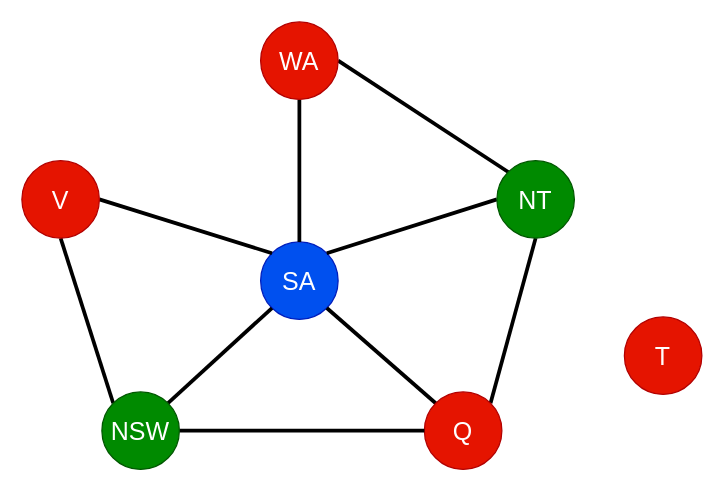
Above: page "Australia_graph" (2 of 2) of ConstraintSatisfaction/docs/Circuit_Diagram.drawio in spencerbertsch1/AI (draw.io), before the change. Source tidied: cells renumbered, new cells numbered last; positions are measured from the earlier drawing's top-left corner, leaving out a move shared by most shapes. Both pictures are drawn from the tidied source at 125%, with x=0, y=0 at pixel (21, 21).
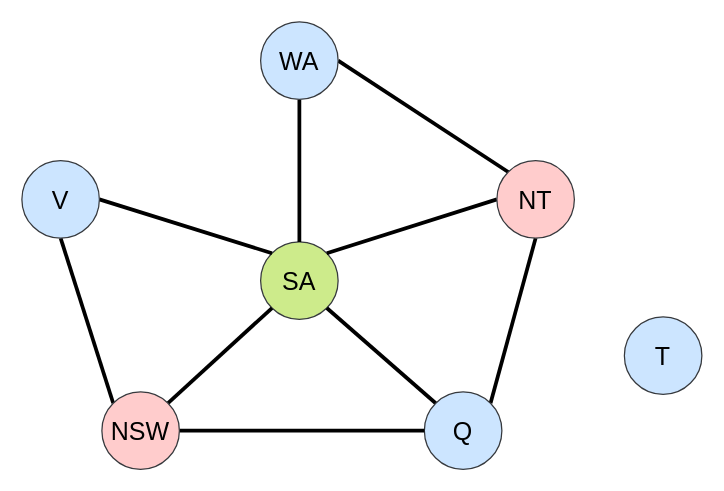
The same diagram, later.

Change to the diagram source:
```diff
@@
 <mxGraphModel>
   <root>
     <mxCell id="0" />
     <mxCell id="1" parent="0" />
-    <mxCell id="2" value="&lt;font style=&quot;font-size: 20px&quot;&gt;SA&lt;/font&gt;" style="ellipse;whiteSpace=wrap;html=1;strokeColor=#001DBC;fillColor=#0050ef;fontColor=#ffffff;" parent="1" vertex="1">
+    <mxCell id="2" value="&lt;font style=&quot;font-size: 20px&quot;&gt;SA&lt;/font&gt;" style="ellipse;whiteSpace=wrap;html=1;strokeColor=#36393d;fillColor=#cdeb8b;" parent="1" vertex="1">
       <mxGeometry x="191" y="176" width="62" height="62" as="geometry" />
     </mxCell>
     <mxCell id="3" style="edgeStyle=none;jettySize=auto;html=1;exitX=0.5;exitY=1;exitDx=0;exitDy=0;entryX=0;entryY=0;entryDx=0;entryDy=0;startArrow=none;startFill=0;endArrow=none;endFill=0;strokeWidth=3;" parent="1" edge="1" source="5" target="14">
       <mxGeometry relative="1" as="geometry" />
     </mxCell>
     <mxCell id="4" style="edgeStyle=none;jettySize=auto;html=1;exitX=1;exitY=0.5;exitDx=0;exitDy=0;entryX=0;entryY=0;entryDx=0;entryDy=0;startArrow=none;startFill=0;endArrow=none;endFill=0;strokeWidth=3;" parent="1" edge="1" source="5" target="2">
       <mxGeometry relative="1" as="geometry" />
     </mxCell>
-    <mxCell id="5" value="&lt;font style=&quot;font-size: 20px&quot;&gt;V&lt;/font&gt;" style="ellipse;whiteSpace=wrap;html=1;strokeColor=#B20000;fillColor=#e51400;fontColor=#ffffff;" parent="1" vertex="1">
+    <mxCell id="5" value="&lt;font style=&quot;font-size: 20px&quot;&gt;V&lt;/font&gt;" style="ellipse;whiteSpace=wrap;html=1;strokeColor=#36393d;fillColor=#cce5ff;" parent="1" vertex="1">
       <mxGeometry y="111" width="62" height="62" as="geometry" />
     </mxCell>
     <mxCell id="6" style="jettySize=auto;html=1;exitX=0.5;exitY=1;exitDx=0;exitDy=0;entryX=1;entryY=0;entryDx=0;entryDy=0;startArrow=none;startFill=0;strokeWidth=3;endArrow=none;endFill=0;" parent="1" edge="1" source="9" target="11">
       <mxGeometry relative="1" as="geometry" />
     </mxCell>
     <mxCell id="7" style="edgeStyle=none;jettySize=auto;html=1;exitX=0;exitY=0;exitDx=0;exitDy=0;entryX=1;entryY=0.5;entryDx=0;entryDy=0;startArrow=none;startFill=0;endArrow=none;endFill=0;strokeWidth=3;" parent="1" edge="1" source="9" target="16">
       <mxGeometry relative="1" as="geometry" />
     </mxCell>
     <mxCell id="8" style="edgeStyle=none;jettySize=auto;html=1;exitX=0;exitY=0.5;exitDx=0;exitDy=0;entryX=1;entryY=0;entryDx=0;entryDy=0;startArrow=none;startFill=0;endArrow=none;endFill=0;strokeWidth=3;" parent="1" edge="1" source="9" target="2">
       <mxGeometry relative="1" as="geometry" />
     </mxCell>
-    <mxCell id="9" value="&lt;font style=&quot;font-size: 20px&quot;&gt;NT&lt;/font&gt;" style="ellipse;whiteSpace=wrap;html=1;strokeColor=#005700;fillColor=#008a00;fontColor=#ffffff;" parent="1" vertex="1">
+    <mxCell id="9" value="&lt;font style=&quot;font-size: 20px&quot;&gt;NT&lt;/font&gt;" style="ellipse;whiteSpace=wrap;html=1;strokeColor=#36393d;fillColor=#ffcccc;" parent="1" vertex="1">
       <mxGeometry x="380" y="111" width="62" height="62" as="geometry" />
     </mxCell>
     <mxCell id="10" style="edgeStyle=none;jettySize=auto;html=1;exitX=0;exitY=0;exitDx=0;exitDy=0;entryX=1;entryY=1;entryDx=0;entryDy=0;startArrow=none;startFill=0;endArrow=none;endFill=0;strokeWidth=3;" parent="1" edge="1" source="11" target="2">
       <mxGeometry relative="1" as="geometry" />
     </mxCell>
-    <mxCell id="11" value="&lt;font style=&quot;font-size: 20px&quot;&gt;Q&lt;/font&gt;" style="ellipse;whiteSpace=wrap;html=1;strokeColor=#B20000;fillColor=#e51400;fontColor=#ffffff;" parent="1" vertex="1">
+    <mxCell id="11" value="&lt;font style=&quot;font-size: 20px&quot;&gt;Q&lt;/font&gt;" style="ellipse;whiteSpace=wrap;html=1;strokeColor=#36393d;fillColor=#cce5ff;" parent="1" vertex="1">
       <mxGeometry x="322" y="296" width="62" height="62" as="geometry" />
     </mxCell>
     <mxCell id="12" style="edgeStyle=none;jettySize=auto;html=1;exitX=1;exitY=0.5;exitDx=0;exitDy=0;entryX=0;entryY=0.5;entryDx=0;entryDy=0;startArrow=none;startFill=0;endArrow=none;endFill=0;strokeWidth=3;" parent="1" edge="1" source="14" target="11">
       <mxGeometry relative="1" as="geometry" />
     </mxCell>
     <mxCell id="13" style="edgeStyle=none;jettySize=auto;html=1;exitX=1;exitY=0;exitDx=0;exitDy=0;entryX=0;entryY=1;entryDx=0;entryDy=0;startArrow=none;startFill=0;endArrow=none;endFill=0;strokeWidth=3;" parent="1" edge="1" source="14" target="2">
       <mxGeometry relative="1" as="geometry" />
     </mxCell>
-    <mxCell id="14" value="&lt;font style=&quot;font-size: 20px&quot;&gt;NSW&lt;/font&gt;" style="ellipse;whiteSpace=wrap;html=1;strokeColor=#005700;fillColor=#008a00;fontColor=#ffffff;" parent="1" vertex="1">
+    <mxCell id="14" value="&lt;font style=&quot;font-size: 20px&quot;&gt;NSW&lt;/font&gt;" style="ellipse;whiteSpace=wrap;html=1;strokeColor=#36393d;fillColor=#ffcccc;" parent="1" vertex="1">
       <mxGeometry x="64" y="296" width="62" height="62" as="geometry" />
     </mxCell>
     <mxCell id="15" style="edgeStyle=none;jettySize=auto;html=1;exitX=0.5;exitY=1;exitDx=0;exitDy=0;entryX=0.5;entryY=0;entryDx=0;entryDy=0;startArrow=none;startFill=0;endArrow=none;endFill=0;strokeWidth=3;" parent="1" edge="1" source="16" target="2">
       <mxGeometry relative="1" as="geometry" />
     </mxCell>
-    <mxCell id="16" value="&lt;font style=&quot;font-size: 20px&quot;&gt;WA&lt;/font&gt;" style="ellipse;whiteSpace=wrap;html=1;strokeColor=#B20000;fillColor=#e51400;fontColor=#ffffff;" parent="1" vertex="1">
+    <mxCell id="16" value="&lt;font style=&quot;font-size: 20px&quot;&gt;WA&lt;/font&gt;" style="ellipse;whiteSpace=wrap;html=1;strokeColor=#36393d;fillColor=#cce5ff;" parent="1" vertex="1">
       <mxGeometry x="191" width="62" height="62" as="geometry" />
     </mxCell>
-    <mxCell id="17" value="&lt;font style=&quot;font-size: 20px&quot;&gt;T&lt;/font&gt;" style="ellipse;whiteSpace=wrap;html=1;strokeColor=#B20000;fillColor=#e51400;fontColor=#ffffff;" parent="1" vertex="1">
+    <mxCell id="17" value="&lt;font style=&quot;font-size: 20px&quot;&gt;T&lt;/font&gt;" style="ellipse;whiteSpace=wrap;html=1;strokeColor=#36393d;fillColor=#cce5ff;" parent="1" vertex="1">
       <mxGeometry x="482" y="236" width="62" height="62" as="geometry" />
     </mxCell>
   </root>
 </mxGraphModel>
```
